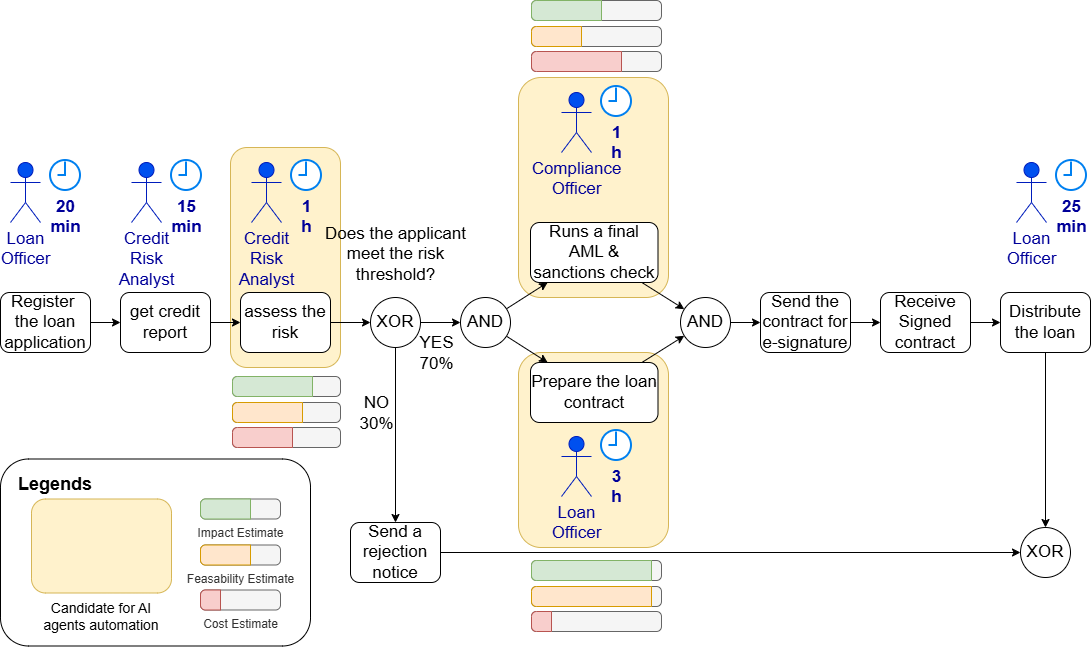
Earlier version of the draw.io export images/0207_asismodelagents.png (jalaliamin/bpdi). Source tidied: cells renumbered, new cells last; positions are measured from the earlier drawing's top-left corner, leaving out a move shared by most shapes.
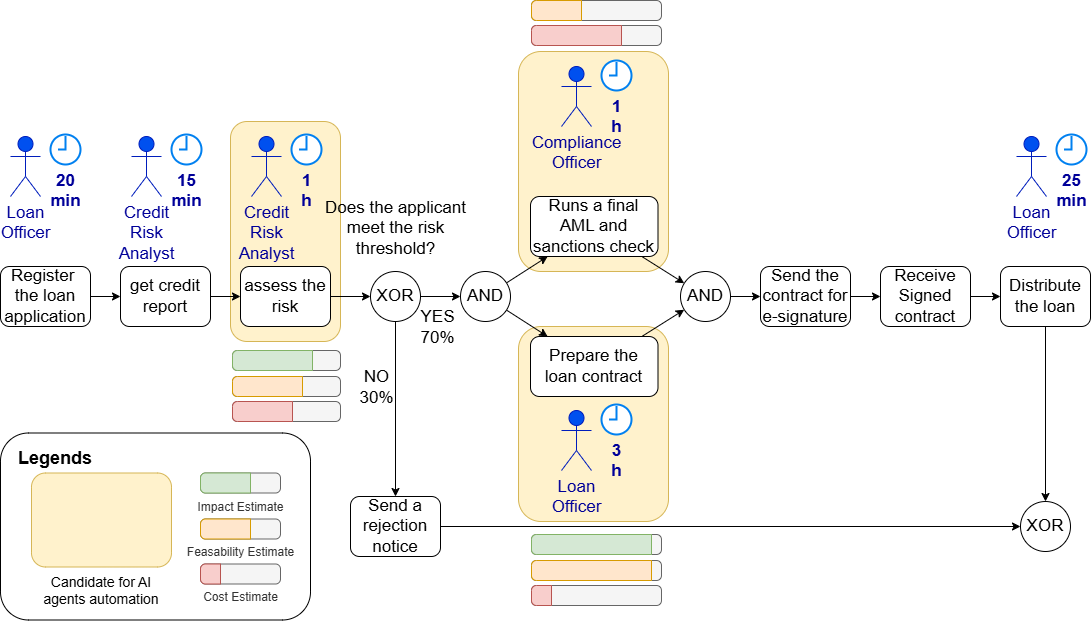
The same diagram one commit later.

Diff of the diagram source:
```diff
@@ -72,7 +72,7 @@
     <mxCell id="23" style="rounded=0;jettySize=auto;html=1;" parent="1" edge="1" source="24" target="28">
       <mxGeometry relative="1" as="geometry" />
     </mxCell>
-    <mxCell id="24" value="Runs a final AML &amp;amp; sanctions check" style="rounded=1;whiteSpace=wrap;html=1;fontSize=17;" parent="1" vertex="1">
+    <mxCell id="24" value="Runs a final AML and sanctions check" style="rounded=1;whiteSpace=wrap;html=1;fontSize=17;" parent="1" vertex="1">
       <mxGeometry x="530" y="222" width="127.5" height="60" as="geometry" />
     </mxCell>
     <mxCell id="25" style="rounded=0;jettySize=auto;html=1;" parent="1" edge="1" source="26" target="28">
@@ -205,22 +205,16 @@
       <mxGeometry width="60" height="20" relative="1" as="geometry" />
     </mxCell>
     <mxCell id="68" style="html=1;shadow=0;dashed=0;shape=mxgraph.bootstrap.rrect;rSize=5;fillColor=#f5f5f5;strokeColor=#666666;labelBorderColor=default;fontColor=#333333;" parent="1" vertex="1">
-      <mxGeometry x="531" width="130" height="20" as="geometry" />
+      <mxGeometry x="531" y="26" width="130" height="20" as="geometry" />
     </mxCell>
-    <mxCell id="69" style="html=1;shadow=0;dashed=0;shape=mxgraph.bootstrap.leftButton;rSize=5;fillColor=#d5e8d4;strokeColor=#82b366;" parent="68" vertex="1">
-      <mxGeometry width="70" height="20" relative="1" as="geometry" />
+    <mxCell id="69" style="html=1;shadow=0;dashed=0;shape=mxgraph.bootstrap.leftButton;rSize=5;fillColor=#ffe6cc;strokeColor=#d79b00;" parent="68" vertex="1">
+      <mxGeometry width="50" height="20" relative="1" as="geometry" />
     </mxCell>
     <mxCell id="70" style="html=1;shadow=0;dashed=0;shape=mxgraph.bootstrap.rrect;rSize=5;fillColor=#f5f5f5;strokeColor=#666666;labelBorderColor=default;fontColor=#333333;" parent="1" vertex="1">
-      <mxGeometry x="531" y="26" width="130" height="20" as="geometry" />
+      <mxGeometry x="531" y="51" width="130" height="20" as="geometry" />
     </mxCell>
-    <mxCell id="71" style="html=1;shadow=0;dashed=0;shape=mxgraph.bootstrap.leftButton;rSize=5;fillColor=#ffe6cc;strokeColor=#d79b00;" parent="70" vertex="1">
-      <mxGeometry width="50" height="20" relative="1" as="geometry" />
+    <mxCell id="71" style="html=1;shadow=0;dashed=0;shape=mxgraph.bootstrap.leftButton;rSize=5;fillColor=#f8cecc;strokeColor=#b85450;" parent="70" vertex="1">
+      <mxGeometry width="90" height="20" relative="1" as="geometry" />
     </mxCell>
-    <mxCell id="72" style="html=1;shadow=0;dashed=0;shape=mxgraph.bootstrap.rrect;rSize=5;fillColor=#f5f5f5;strokeColor=#666666;labelBorderColor=default;fontColor=#333333;" parent="1" vertex="1">
-      <mxGeometry x="531" y="51" width="130" height="20" as="geometry" />
-    </mxCell>
-    <mxCell id="73" style="html=1;shadow=0;dashed=0;shape=mxgraph.bootstrap.leftButton;rSize=5;fillColor=#f8cecc;strokeColor=#b85450;" parent="72" vertex="1">
-      <mxGeometry width="90" height="20" relative="1" as="geometry" />
-    </mxCell>
   </root>
 </mxGraphModel>
```
